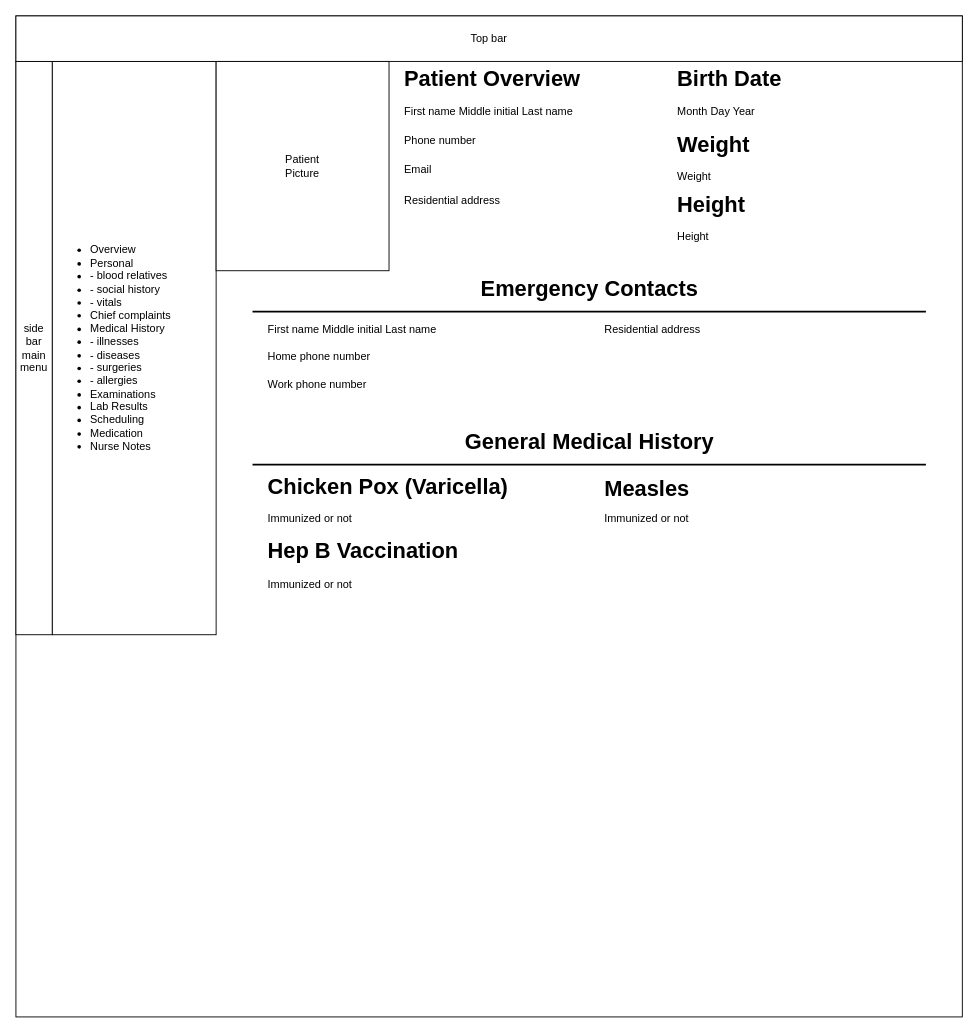
This is page "Overview" (1 of 2) of diagrams/UserPatientJSP.drawio from empty-works/plain-emrs-no-fw, a draw.io file, before an edit. Source tidied: cells renumbered, new cells numbered last; positions are measured from the earlier drawing's top-left corner, leaving out a move shared by most shapes. Both pictures are drawn from the tidied source at 91%, with x=0, y=0 at pixel (15, 15).
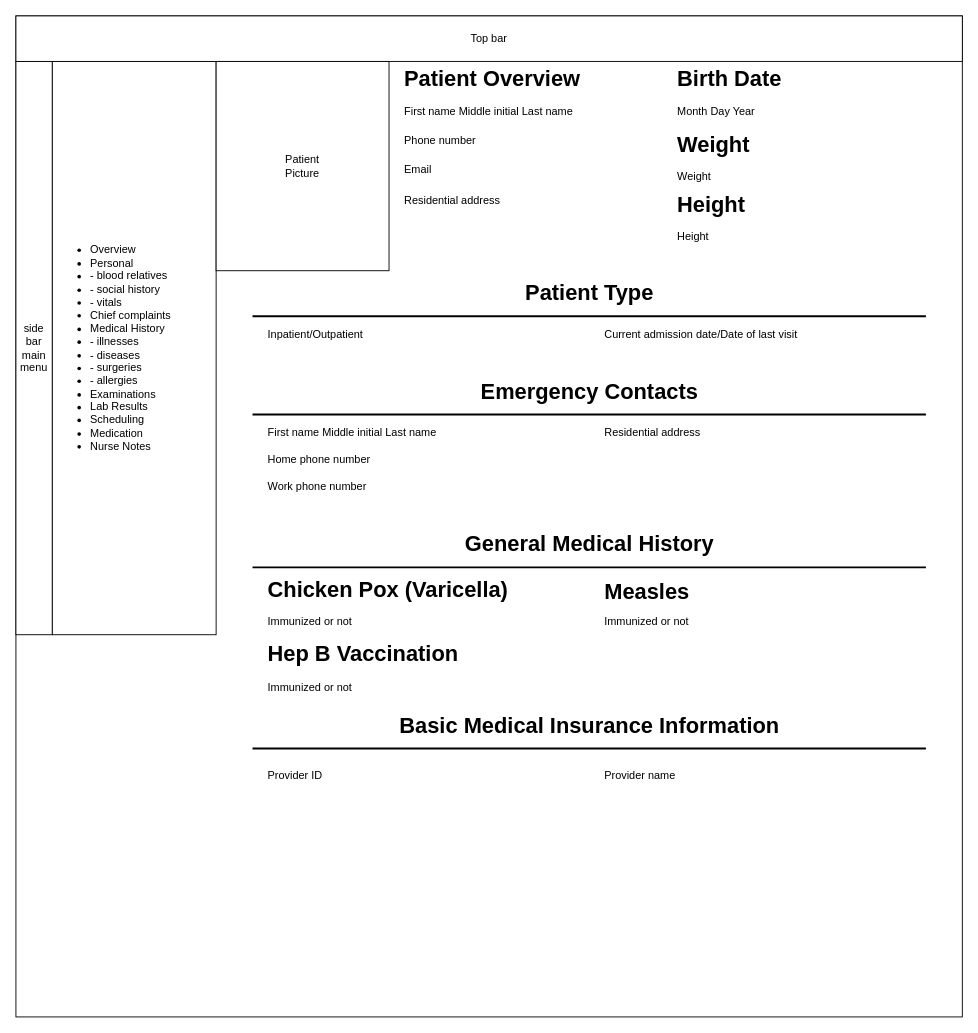
After the change.

Commit message:
Update UserPatientJSP.drawio overview of patient medical record.

Change to the diagram source:
```diff
@@
     <mxCell id="19" value="Emergency Contacts" style="text;strokeColor=none;fillColor=none;html=1;fontSize=24;fontStyle=1;verticalAlign=middle;align=center;" parent="1" vertex="1">
-      <mxGeometry x="220" y="280" width="820" height="40" as="geometry" />
+      <mxGeometry x="220" y="393" width="820" height="40" as="geometry" />
     </mxCell>
     <mxCell id="20" style="line;strokeWidth=2;html=1;" parent="1" vertex="1">
-      <mxGeometry x="260" y="320" width="740" height="10" as="geometry" />
+      <mxGeometry x="260" y="433" width="740" height="10" as="geometry" />
     </mxCell>
     <mxCell id="21" value="First name Middle initial Last name" style="text;html=1;strokeColor=none;fillColor=none;align=left;verticalAlign=middle;whiteSpace=wrap;rounded=0;spacingLeft=15;" parent="1" vertex="1">
-      <mxGeometry x="260" y="330" width="300" height="30" as="geometry" />
+      <mxGeometry x="260" y="443" width="300" height="30" as="geometry" />
     </mxCell>
     <mxCell id="22" value="Home phone number" style="text;html=1;strokeColor=none;fillColor=none;align=left;verticalAlign=middle;whiteSpace=wrap;rounded=0;spacingLeft=15;" parent="1" vertex="1">
-      <mxGeometry x="260" y="360" width="300" height="30" as="geometry" />
+      <mxGeometry x="260" y="473" width="300" height="30" as="geometry" />
     </mxCell>
     <mxCell id="23" value="Work phone number" style="text;html=1;strokeColor=none;fillColor=none;align=left;verticalAlign=middle;whiteSpace=wrap;rounded=0;spacingLeft=15;" parent="1" vertex="1">
-      <mxGeometry x="260" y="390" width="300" height="30" as="geometry" />
+      <mxGeometry x="260" y="503" width="300" height="30" as="geometry" />
     </mxCell>
     <mxCell id="24" value="Residential address" style="text;html=1;strokeColor=none;fillColor=none;align=left;verticalAlign=middle;whiteSpace=wrap;rounded=0;spacingLeft=15;" parent="1" vertex="1">
-      <mxGeometry x="630" y="330" width="300" height="30" as="geometry" />
+      <mxGeometry x="630" y="443" width="300" height="30" as="geometry" />
     </mxCell>
     <mxCell id="25" value="General Medical History" style="text;strokeColor=none;fillColor=none;html=1;fontSize=24;fontStyle=1;verticalAlign=middle;align=center;" parent="1" vertex="1">
-      <mxGeometry x="220" y="448" width="820" height="40" as="geometry" />
+      <mxGeometry x="220" y="561" width="820" height="40" as="geometry" />
     </mxCell>
     <mxCell id="26" style="line;strokeWidth=2;html=1;" parent="1" vertex="1">
-      <mxGeometry x="260" y="488" width="740" height="10" as="geometry" />
+      <mxGeometry x="260" y="601" width="740" height="10" as="geometry" />
     </mxCell>
     <mxCell id="27" value="Chicken Pox (Varicella)" style="text;strokeColor=none;fillColor=none;html=1;fontSize=24;fontStyle=1;verticalAlign=middle;align=left;spacingLeft=15;" parent="1" vertex="1">
-      <mxGeometry x="260" y="498" width="300" height="40" as="geometry" />
+      <mxGeometry x="260" y="611" width="300" height="40" as="geometry" />
     </mxCell>
     <mxCell id="28" value="Immunized or not" style="text;html=1;strokeColor=none;fillColor=none;align=left;verticalAlign=middle;whiteSpace=wrap;rounded=0;spacingLeft=15;" parent="1" vertex="1">
-      <mxGeometry x="260" y="538" width="300" height="30" as="geometry" />
+      <mxGeometry x="260" y="651" width="300" height="30" as="geometry" />
     </mxCell>
     <mxCell id="29" value="Measles" style="text;strokeColor=none;fillColor=none;html=1;fontSize=24;fontStyle=1;verticalAlign=middle;align=left;spacingLeft=15;" parent="1" vertex="1">
-      <mxGeometry x="630" y="500" width="300" height="40" as="geometry" />
+      <mxGeometry x="630" y="613" width="300" height="40" as="geometry" />
     </mxCell>
     <mxCell id="30" value="Immunized or not" style="text;html=1;strokeColor=none;fillColor=none;align=left;verticalAlign=middle;whiteSpace=wrap;rounded=0;spacingLeft=15;" parent="1" vertex="1">
-      <mxGeometry x="630" y="538" width="300" height="30" as="geometry" />
+      <mxGeometry x="630" y="651" width="300" height="30" as="geometry" />
     </mxCell>
     <mxCell id="31" value="Hep B Vaccination" style="text;strokeColor=none;fillColor=none;html=1;fontSize=24;fontStyle=1;verticalAlign=middle;align=left;spacingLeft=15;" parent="1" vertex="1">
-      <mxGeometry x="260" y="568" width="300" height="40" as="geometry" />
+      <mxGeometry x="260" y="681" width="300" height="40" as="geometry" />
     </mxCell>
     <mxCell id="32" value="Immunized or not" style="text;html=1;strokeColor=none;fillColor=none;align=left;verticalAlign=middle;whiteSpace=wrap;rounded=0;spacingLeft=15;" parent="1" vertex="1">
-      <mxGeometry x="260" y="610" width="300" height="30" as="geometry" />
+      <mxGeometry x="260" y="723" width="300" height="30" as="geometry" />
     </mxCell>
+    <mxCell id="33" value="Patient Type" style="text;strokeColor=none;fillColor=none;html=1;fontSize=24;fontStyle=1;verticalAlign=middle;align=center;" parent="1" vertex="1">
+      <mxGeometry x="220" y="285" width="820" height="40" as="geometry" />
+    </mxCell>
+    <mxCell id="34" style="line;strokeWidth=2;html=1;" parent="1" vertex="1">
+      <mxGeometry x="260" y="325" width="740" height="10" as="geometry" />
+    </mxCell>
+    <mxCell id="35" value="Inpatient/Outpatient" style="text;html=1;strokeColor=none;fillColor=none;align=left;verticalAlign=middle;whiteSpace=wrap;rounded=0;spacingLeft=15;" parent="1" vertex="1">
+      <mxGeometry x="260" y="335" width="300" height="30" as="geometry" />
+    </mxCell>
+    <mxCell id="36" value="Current admission date/Date of last visit" style="text;html=1;strokeColor=none;fillColor=none;align=left;verticalAlign=middle;whiteSpace=wrap;rounded=0;spacingLeft=15;" parent="1" vertex="1">
+      <mxGeometry x="630" y="335" width="300" height="30" as="geometry" />
+    </mxCell>
+    <mxCell id="37" value="&lt;div&gt;Basic Medical Insurance Information&lt;/div&gt;" style="text;strokeColor=none;fillColor=none;html=1;fontSize=24;fontStyle=1;verticalAlign=middle;align=center;" parent="1" vertex="1">
+      <mxGeometry x="220" y="760" width="820" height="40" as="geometry" />
+    </mxCell>
+    <mxCell id="38" style="line;strokeWidth=2;html=1;" parent="1" vertex="1">
+      <mxGeometry x="260" y="800" width="740" height="10" as="geometry" />
+    </mxCell>
+    <mxCell id="39" value="Provider ID" style="text;html=1;strokeColor=none;fillColor=none;align=left;verticalAlign=middle;whiteSpace=wrap;rounded=0;spacingLeft=15;" parent="1" vertex="1">
+      <mxGeometry x="260" y="820" width="300" height="30" as="geometry" />
+    </mxCell>
+    <mxCell id="40" value="Provider name" style="text;html=1;strokeColor=none;fillColor=none;align=left;verticalAlign=middle;whiteSpace=wrap;rounded=0;spacingLeft=15;" parent="1" vertex="1">
+      <mxGeometry x="630" y="820" width="300" height="30" as="geometry" />
+    </mxCell>
```
